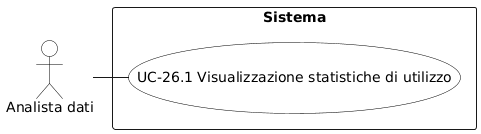
The PlantUML diagram RTB/Analisi dei Requisiti/diagrammi_use_case/UC-26.1.png in aLittleByte-19/Documentazione, before a commit.
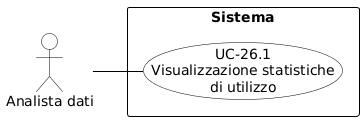
After the change.

Diff of the diagram source:
```diff
@@ -1,20 +1,29 @@
 @startuml
-skinparam backgroundColor white
+skinparam shadowing false
+skinparam defaultFontName Arial
+left to right direction
+skinparam nodesep 15
+skinparam ranksep 50
+
+skinparam usecase {
+    BackgroundColor white
+    BorderColor black
+    ArrowColor black
+}
 skinparam actor {
-  BackgroundColor white
-  BorderColor black
-  FontColor black
+    BackgroundColor white
+    BorderColor black
 }
-skinparam usecase {
-  BackgroundColor white
-  BorderColor black
-  FontColor black
+skinparam rectangle {
+    BorderColor black
+    FontStyle bold
 }
-actor "Analista dati" as A
+
+actor "Analista dati" as AD
 
 rectangle "Sistema" {
-  (UC-26.1 Visualizzazione statistiche di utilizzo)
+    usecase "UC-26.1\nVisualizzazione statistiche\ndi utilizzo" as UC26_1
 }
 
-A - (UC-26.1 Visualizzazione statistiche di utilizzo)
+AD -- UC26_1
 @enduml
```
